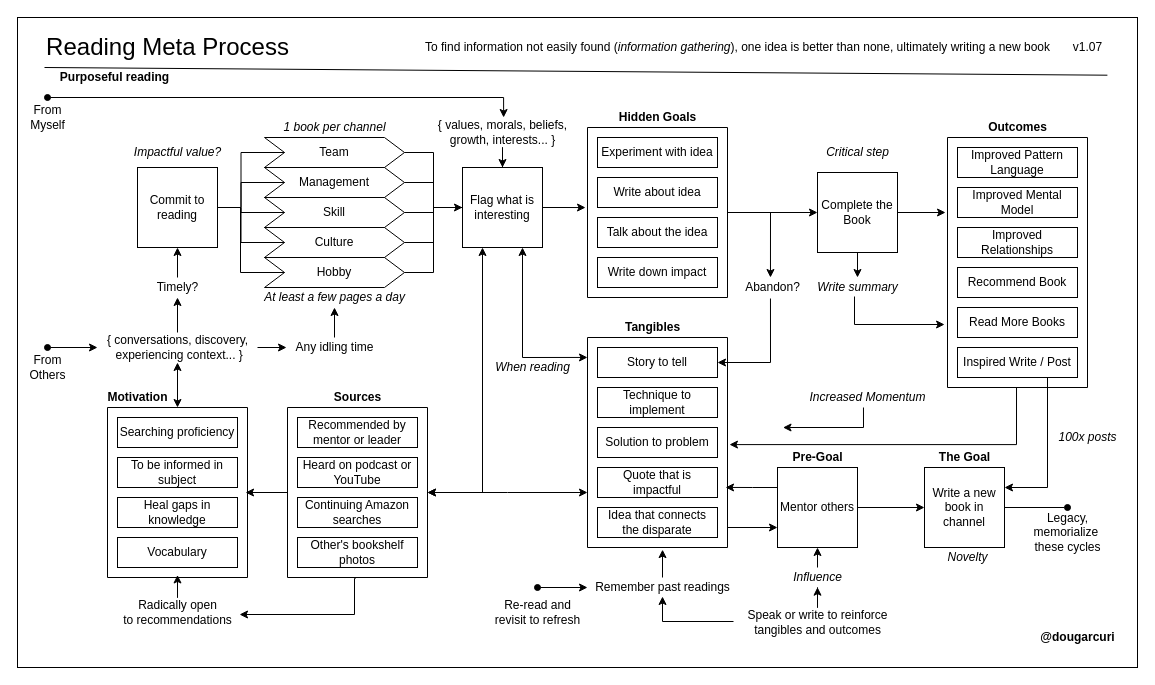
solidi/learning-notes keeps this draw.io diagram as page "reading-process" (1 of 8) of books/diagrams/reading-process.drawio. Above is the earlier version. Source tidied: cells renumbered, new cells numbered last; positions are measured from the earlier drawing's top-left corner, leaving out a move shared by most shapes. Both pictures are drawn from the tidied source at 100%, with x=0, y=0 at pixel (17, 17).
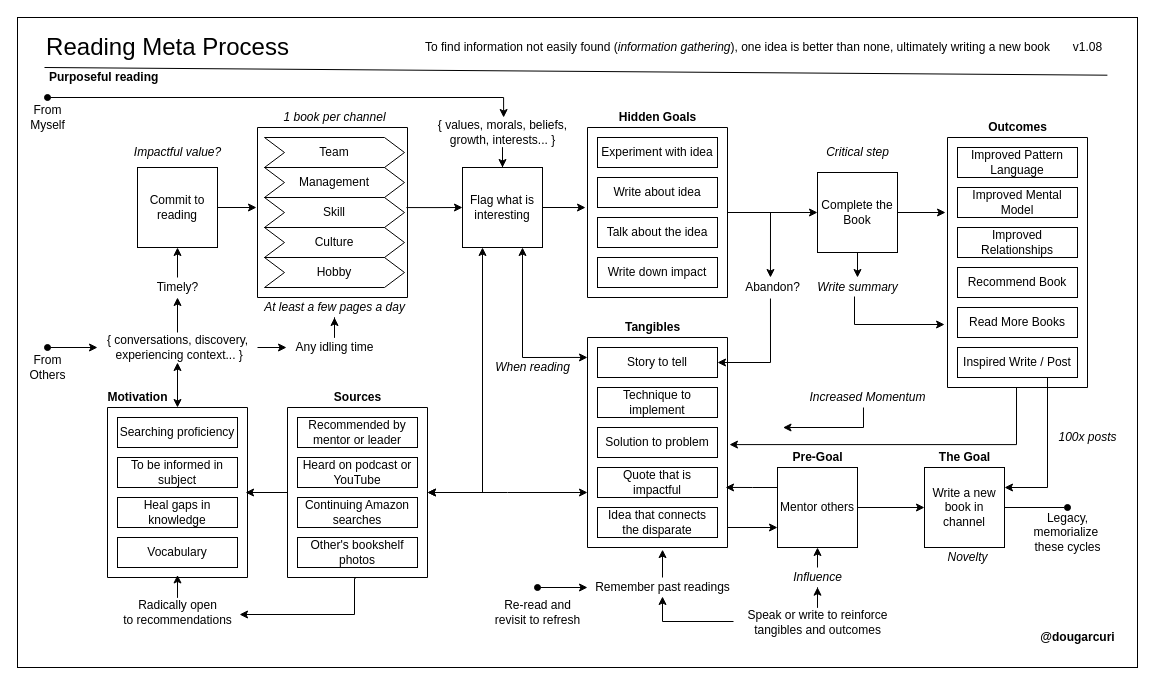
The same page after the edit.

Commit message (it also covers changes not shown here):
Update reading diagram to 1.08 and exploded diagram for new writing

The change refers to these unchanged cells:
```xml
<mxCell id="16" value="Commit to reading" style="whiteSpace=wrap;html=1;" parent="1" vertex="1">
  <mxGeometry x="120" y="150" width="80" height="80" as="geometry" />
</mxCell>
<mxCell id="22" value="Flag what is interesting" style="whiteSpace=wrap;html=1;" parent="1" vertex="1">
  <mxGeometry x="445" y="150" width="80" height="80" as="geometry" />
</mxCell>
<mxCell id="42" value="Team" style="shape=step;perimeter=stepPerimeter;whiteSpace=wrap;html=1;fixedSize=1;fillColor=none;" parent="1" vertex="1">
  <mxGeometry x="247" y="120" width="140" height="30" as="geometry" />
</mxCell>
<mxCell id="44" value="Management" style="shape=step;perimeter=stepPerimeter;whiteSpace=wrap;html=1;fixedSize=1;fillColor=none;" parent="1" vertex="1">
  <mxGeometry x="247" y="150" width="140" height="30" as="geometry" />
</mxCell>
<mxCell id="46" value="Skill" style="shape=step;perimeter=stepPerimeter;whiteSpace=wrap;html=1;fixedSize=1;fillColor=none;" parent="1" vertex="1">
  <mxGeometry x="247" y="180" width="140" height="30" as="geometry" />
</mxCell>
<mxCell id="48" value="Culture" style="shape=step;perimeter=stepPerimeter;whiteSpace=wrap;html=1;fixedSize=1;fillColor=none;" parent="1" vertex="1">
  <mxGeometry x="247" y="210" width="140" height="30" as="geometry" />
</mxCell>
<mxCell id="79" value="Hobby" style="shape=step;perimeter=stepPerimeter;whiteSpace=wrap;html=1;fixedSize=1;fillColor=none;" parent="1" vertex="1">
  <mxGeometry x="247" y="240" width="140" height="30" as="geometry" />
</mxCell>
```

What changed in the source:
```diff
@@
+    <mxCell id="119" style="verticalLabelPosition=bottom;verticalAlign=top;html=1;shape=mxgraph.basic.rect;fillColor2=none;strokeWidth=1;size=20;indent=5;fillColor=none;" parent="1" vertex="1">
+      <mxGeometry x="240" y="110" width="150" height="170" as="geometry" />
+    </mxCell>
@@
-    <mxCell id="11" style="edgeStyle=orthogonalEdgeStyle;rounded=0;jettySize=auto;html=1;exitX=1;exitY=0.5;exitDx=0;exitDy=0;entryX=0;entryY=0.5;entryDx=0;entryDy=0;startArrow=none;startFill=0;endArrow=none;endFill=0;" parent="1" edge="1" source="16" target="42">
-      <mxGeometry relative="1" as="geometry" />
-    </mxCell>
-    <mxCell id="12" style="edgeStyle=orthogonalEdgeStyle;rounded=0;jettySize=auto;html=1;exitX=1;exitY=0.5;exitDx=0;exitDy=0;entryX=0;entryY=0.5;entryDx=0;entryDy=0;startArrow=none;startFill=0;endArrow=none;endFill=0;" parent="1" edge="1" source="16" target="44">
-      <mxGeometry relative="1" as="geometry" />
-    </mxCell>
-    <mxCell id="13" style="edgeStyle=orthogonalEdgeStyle;rounded=0;jettySize=auto;html=1;exitX=1;exitY=0.5;exitDx=0;exitDy=0;entryX=0;entryY=0.5;entryDx=0;entryDy=0;startArrow=none;startFill=0;endArrow=none;endFill=0;" parent="1" edge="1" source="16" target="46">
-      <mxGeometry relative="1" as="geometry" />
-    </mxCell>
-    <mxCell id="14" style="edgeStyle=orthogonalEdgeStyle;rounded=0;jettySize=auto;html=1;exitX=1;exitY=0.5;exitDx=0;exitDy=0;entryX=0;entryY=0.5;entryDx=0;entryDy=0;startArrow=none;startFill=0;endArrow=none;endFill=0;" parent="1" edge="1" source="16" target="48">
-      <mxGeometry relative="1" as="geometry" />
-    </mxCell>
-    <mxCell id="15" style="edgeStyle=orthogonalEdgeStyle;rounded=0;jettySize=auto;html=1;exitX=1;exitY=0.5;exitDx=0;exitDy=0;startArrow=none;startFill=0;endArrow=none;endFill=0;" parent="1" edge="1" target="79">
-      <mxGeometry relative="1" as="geometry">
-        <mxPoint x="203" y="190" as="sourcePoint" />
-        <Array as="points">
-          <mxPoint x="223" y="190" />
-          <mxPoint x="223" y="255" />
-        </Array>
-      </mxGeometry>
-    </mxCell>
+    <mxCell id="120" style="edgeStyle=orthogonalEdgeStyle;rounded=0;jettySize=auto;html=1;exitX=1;exitY=0.5;exitDx=0;exitDy=0;entryX=-0.007;entryY=0.471;entryDx=0;entryDy=0;entryPerimeter=0;fillColor=#999999;" parent="1" edge="1" source="16" target="119">
+      <mxGeometry relative="1" as="geometry" />
+    </mxCell>
@@
-    <mxCell id="18" style="edgeStyle=orthogonalEdgeStyle;rounded=0;jettySize=auto;html=1;exitX=1;exitY=0.5;exitDx=0;exitDy=0;entryX=0;entryY=0.5;entryDx=0;entryDy=0;" parent="1" edge="1" source="42" target="22">
-      <mxGeometry relative="1" as="geometry" />
-    </mxCell>
-    <mxCell id="19" value="&lt;b&gt;Purposeful reading&lt;/b&gt;" style="text;html=1;align=center;verticalAlign=middle;" parent="1" vertex="1">
-      <mxGeometry x="37" y="50" width="120" height="20" as="geometry" />
+    <mxCell id="19" value="&lt;b&gt;Purposeful reading&lt;/b&gt;" style="text;html=1;align=left;verticalAlign=middle;" parent="1" vertex="1">
+      <mxGeometry x="30" y="50" width="120" height="20" as="geometry" />
     </mxCell>
@@
-    <mxCell id="25" value="v1.07" style="text;html=1;align=center;verticalAlign=middle;" parent="1" vertex="1">
+    <mxCell id="25" value="v1.08" style="text;html=1;align=center;verticalAlign=middle;" parent="1" vertex="1">
       <mxGeometry x="1050" y="20" width="40" height="20" as="geometry" />
     </mxCell>
@@
     <mxCell id="29" value="&lt;i&gt;1 book per channel&lt;/i&gt;" style="text;html=1;align=center;verticalAlign=middle;" parent="1" vertex="1">
-      <mxGeometry x="257" y="100" width="120" height="20" as="geometry" />
+      <mxGeometry x="257" y="90" width="120" height="20" as="geometry" />
     </mxCell>
     <mxCell id="30" value="&lt;i&gt;At least a few pages a day&lt;/i&gt;" style="text;html=1;align=center;verticalAlign=middle;points=[];" parent="1" vertex="1">
-      <mxGeometry x="237" y="270" width="160" height="20" as="geometry" />
+      <mxGeometry x="237" y="280" width="160" height="20" as="geometry" />
     </mxCell>
@@
-    <mxCell id="43" style="edgeStyle=orthogonalEdgeStyle;rounded=0;jettySize=auto;html=1;exitX=1;exitY=0.5;exitDx=0;exitDy=0;endArrow=none;endFill=0;" parent="1" edge="1" source="44" target="22">
-      <mxGeometry relative="1" as="geometry" />
-    </mxCell>
@@
-    <mxCell id="45" style="edgeStyle=orthogonalEdgeStyle;rounded=0;jettySize=auto;html=1;exitX=1;exitY=0.5;exitDx=0;exitDy=0;entryX=0;entryY=0.5;entryDx=0;entryDy=0;endArrow=none;endFill=0;" parent="1" edge="1" source="46" target="22">
-      <mxGeometry relative="1" as="geometry" />
-    </mxCell>
@@
-    <mxCell id="47" style="edgeStyle=orthogonalEdgeStyle;rounded=0;jettySize=auto;html=1;exitX=1;exitY=0.5;exitDx=0;exitDy=0;entryX=0;entryY=0.5;entryDx=0;entryDy=0;endArrow=none;endFill=0;" parent="1" edge="1" source="48" target="22">
-      <mxGeometry relative="1" as="geometry" />
-    </mxCell>
@@
-    <mxCell id="78" style="edgeStyle=orthogonalEdgeStyle;rounded=0;jettySize=auto;html=1;exitX=1;exitY=0.5;exitDx=0;exitDy=0;entryX=0;entryY=0.5;entryDx=0;entryDy=0;startArrow=none;startFill=0;endArrow=none;endFill=0;" parent="1" edge="1" source="79" target="22">
-      <mxGeometry relative="1" as="geometry" />
-    </mxCell>
@@
+    <mxCell id="121" style="edgeStyle=orthogonalEdgeStyle;rounded=0;jettySize=auto;html=1;entryX=0;entryY=0.5;entryDx=0;entryDy=0;fillColor=#999999;exitX=0.993;exitY=0.471;exitDx=0;exitDy=0;exitPerimeter=0;" parent="1" edge="1" source="119" target="22">
+      <mxGeometry relative="1" as="geometry" />
+    </mxCell>
```
